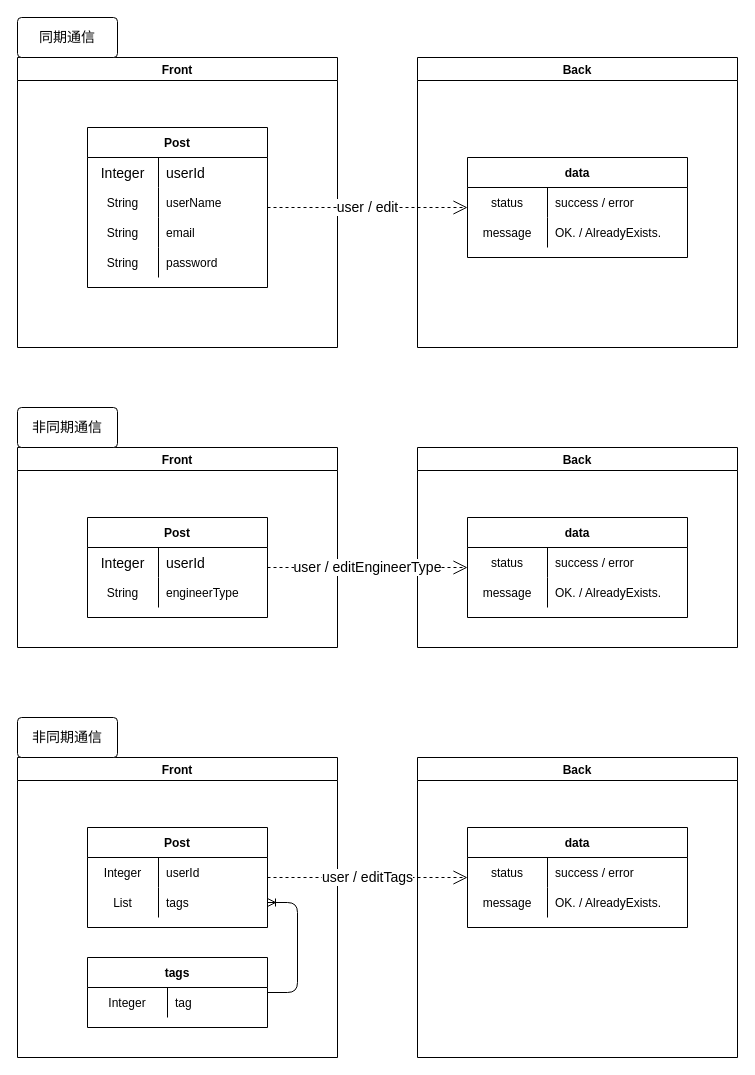
This is page "[更新]ユーザー情報" (12 of 14) of Designs/基本設計.drawio from yusuke-rakus/Qiish, a draw.io file, before an edit. Source tidied: cells renumbered, new cells numbered last; positions are measured from the earlier drawing's top-left corner, leaving out a move shared by most shapes. Both pictures are drawn from the tidied source at 100%, with x=0, y=0 at pixel (17, 17).
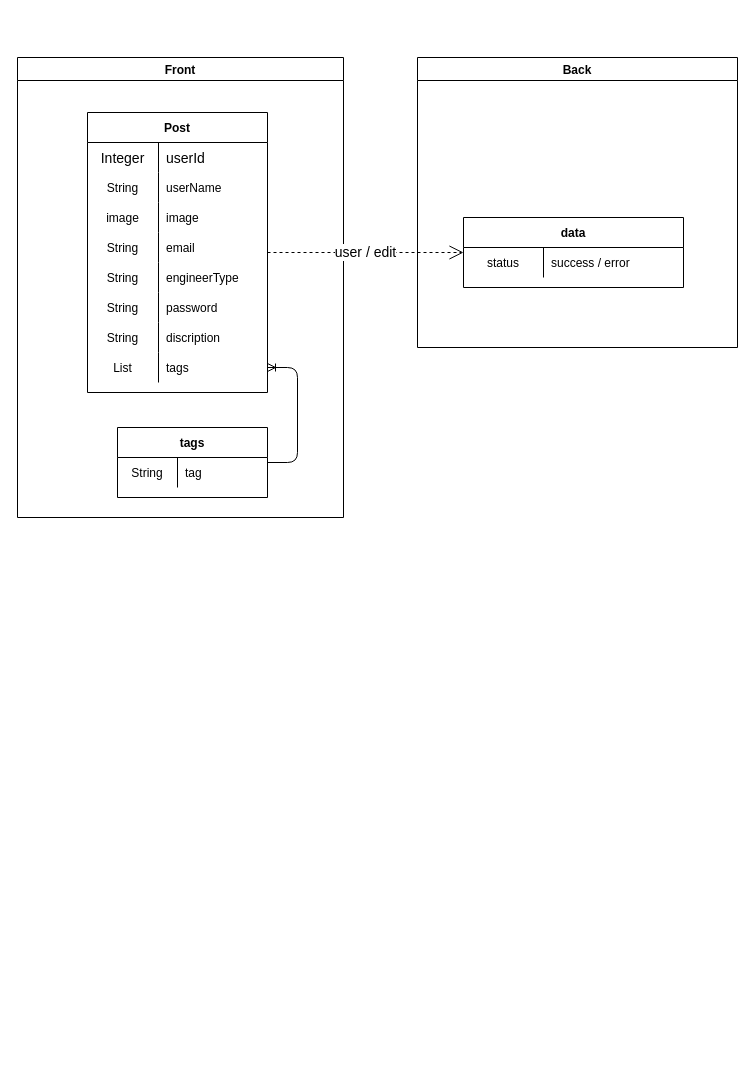
After the change.

Unchanged cells that the change refers to:
```xml
<mxCell id="16" value="Back" style="swimlane;" parent="1" vertex="1">
  <mxGeometry x="400" y="40" width="320" height="290" as="geometry" />
</mxCell>
```

What changed in the source:
```diff
@@
     <mxCell id="2" value="Front" style="swimlane;" parent="1" vertex="1">
-      <mxGeometry y="40" width="320" height="290" as="geometry" />
+      <mxGeometry y="40" width="326" height="460" as="geometry" />
     </mxCell>
     <mxCell id="3" value="Post" style="shape=table;startSize=30;childLayout=tableLayout;rowLines=0;fontStyle=1;align=center;" parent="2" vertex="1">
-      <mxGeometry x="70" y="70" width="180" height="160" as="geometry" />
+      <mxGeometry x="70" y="55" width="180" height="280" as="geometry" />
     </mxCell>
@@
+    <mxCell id="67" style="shape=partialRectangle;fillColor=none;top=0;left=0;bottom=0;right=0;" parent="3" vertex="1">
+      <mxGeometry y="90" width="180" height="30" as="geometry" />
+    </mxCell>
+    <mxCell id="68" value="image" style="shape=partialRectangle;fillColor=none;top=0;left=0;bottom=0;right=0;overflow=hidden;" parent="67" vertex="1">
+      <mxGeometry width="71" height="30" as="geometry" />
+    </mxCell>
+    <mxCell id="69" value="image" style="shape=partialRectangle;fillColor=none;top=0;left=0;bottom=0;right=0;align=left;spacingLeft=6;overflow=hidden;" parent="67" vertex="1">
+      <mxGeometry x="71" width="109" height="30" as="geometry" />
+    </mxCell>
     <mxCell id="10" style="shape=partialRectangle;fillColor=none;top=0;left=0;bottom=0;right=0;" parent="3" vertex="1">
-      <mxGeometry y="90" width="180" height="30" as="geometry" />
+      <mxGeometry y="120" width="180" height="30" as="geometry" />
     </mxCell>
@@
+    <mxCell id="70" style="shape=partialRectangle;fillColor=none;top=0;left=0;bottom=0;right=0;" parent="3" vertex="1">
+      <mxGeometry y="150" width="180" height="30" as="geometry" />
+    </mxCell>
+    <mxCell id="71" value="String" style="shape=partialRectangle;fillColor=none;top=0;left=0;bottom=0;right=0;overflow=hidden;" parent="70" vertex="1">
+      <mxGeometry width="71" height="30" as="geometry" />
+    </mxCell>
+    <mxCell id="32" value="engineerType" style="shape=partialRectangle;fillColor=none;top=0;left=0;bottom=0;right=0;align=left;spacingLeft=6;overflow=hidden;" parent="70" vertex="1">
+      <mxGeometry x="71" width="109" height="30" as="geometry" />
+    </mxCell>
     <mxCell id="13" style="shape=partialRectangle;fillColor=none;top=0;left=0;bottom=0;right=0;" parent="3" vertex="1">
-      <mxGeometry y="120" width="180" height="30" as="geometry" />
+      <mxGeometry y="180" width="180" height="30" as="geometry" />
     </mxCell>
@@
+    <mxCell id="72" style="shape=partialRectangle;fillColor=none;top=0;left=0;bottom=0;right=0;" parent="3" vertex="1">
+      <mxGeometry y="210" width="180" height="30" as="geometry" />
+    </mxCell>
+    <mxCell id="73" value="String" style="shape=partialRectangle;fillColor=none;top=0;left=0;bottom=0;right=0;overflow=hidden;" parent="72" vertex="1">
+      <mxGeometry width="71" height="30" as="geometry" />
+    </mxCell>
+    <mxCell id="74" value="discription" style="shape=partialRectangle;fillColor=none;top=0;left=0;bottom=0;right=0;align=left;spacingLeft=6;overflow=hidden;" parent="72" vertex="1">
+      <mxGeometry x="71" width="109" height="30" as="geometry" />
+    </mxCell>
+    <mxCell id="75" style="shape=partialRectangle;fillColor=none;top=0;left=0;bottom=0;right=0;points=[[0,0.5],[1,0.5]];portConstraint=eastwest;" parent="3" vertex="1">
+      <mxGeometry y="240" width="180" height="30" as="geometry" />
+    </mxCell>
+    <mxCell id="50" value="List" style="shape=partialRectangle;fillColor=none;top=0;left=0;bottom=0;right=0;overflow=hidden;" parent="75" vertex="1">
+      <mxGeometry width="71" height="30" as="geometry" />
+    </mxCell>
+    <mxCell id="51" value="tags" style="shape=partialRectangle;fillColor=none;top=0;left=0;bottom=0;right=0;align=left;spacingLeft=6;overflow=hidden;" parent="75" vertex="1">
+      <mxGeometry x="71" width="109" height="30" as="geometry" />
+    </mxCell>
@@
     <mxCell id="17" value="data" style="shape=table;startSize=30;childLayout=tableLayout;rowLines=0;fontStyle=1;align=center;" parent="16" vertex="1">
-      <mxGeometry x="50" y="100" width="220" height="100" as="geometry" />
+      <mxGeometry x="46" y="160" width="220" height="70" as="geometry" />
     </mxCell>
@@
-    <mxCell id="21" style="shape=partialRectangle;fillColor=none;top=0;left=0;bottom=0;right=0;" parent="17" vertex="1">
-      <mxGeometry y="60" width="220" height="30" as="geometry" />
-    </mxCell>
-    <mxCell id="22" value="message" style="shape=partialRectangle;fillColor=none;top=0;left=0;bottom=0;right=0;fontStyle=0;overflow=hidden;" parent="21" vertex="1">
-      <mxGeometry width="80" height="30" as="geometry" />
-    </mxCell>
-    <mxCell id="23" value="OK. / AlreadyExists." style="shape=partialRectangle;fillColor=none;top=0;left=0;bottom=0;right=0;align=left;spacingLeft=6;fontStyle=0;overflow=hidden;" parent="21" vertex="1">
-      <mxGeometry x="80" width="140" height="30" as="geometry" />
-    </mxCell>
@@
-    <mxCell id="25" value="Front" style="swimlane;" parent="1" vertex="1">
-      <mxGeometry y="430" width="320" height="200" as="geometry" />
-    </mxCell>
-    <mxCell id="26" value="Post" style="shape=table;startSize=30;childLayout=tableLayout;rowLines=0;fontStyle=1;align=center;" parent="25" vertex="1">
-      <mxGeometry x="70" y="70" width="180" height="100" as="geometry" />
-    </mxCell>
-    <mxCell id="27" style="shape=partialRectangle;fillColor=none;top=0;left=0;bottom=0;right=0;fontSize=14;" parent="26" vertex="1">
-      <mxGeometry y="30" width="180" height="30" as="geometry" />
-    </mxCell>
-    <mxCell id="28" value="Integer" style="shape=partialRectangle;fillColor=none;top=0;left=0;bottom=0;right=0;overflow=hidden;fontSize=14;" parent="27" vertex="1">
-      <mxGeometry width="71" height="30" as="geometry" />
-    </mxCell>
-    <mxCell id="29" value="userId" style="shape=partialRectangle;fillColor=none;top=0;left=0;bottom=0;right=0;align=left;spacingLeft=6;overflow=hidden;fontSize=14;" parent="27" vertex="1">
-      <mxGeometry x="71" width="109" height="30" as="geometry" />
-    </mxCell>
-    <mxCell id="30" style="shape=partialRectangle;fillColor=none;top=0;left=0;bottom=0;right=0;" parent="26" vertex="1">
-      <mxGeometry y="60" width="180" height="30" as="geometry" />
-    </mxCell>
-    <mxCell id="31" value="String" style="shape=partialRectangle;fillColor=none;top=0;left=0;bottom=0;right=0;overflow=hidden;" parent="30" vertex="1">
-      <mxGeometry width="71" height="30" as="geometry" />
-    </mxCell>
-    <mxCell id="32" value="engineerType" style="shape=partialRectangle;fillColor=none;top=0;left=0;bottom=0;right=0;align=left;spacingLeft=6;overflow=hidden;" parent="30" vertex="1">
-      <mxGeometry x="71" width="109" height="30" as="geometry" />
-    </mxCell>
-    <mxCell id="33" value="Back" style="swimlane;" parent="1" vertex="1">
-      <mxGeometry x="400" y="430" width="320" height="200" as="geometry" />
-    </mxCell>
-    <mxCell id="34" value="data" style="shape=table;startSize=30;childLayout=tableLayout;rowLines=0;fontStyle=1;align=center;" parent="33" vertex="1">
-      <mxGeometry x="50" y="70" width="220" height="100" as="geometry" />
-    </mxCell>
-    <mxCell id="35" style="shape=partialRectangle;fillColor=none;top=0;left=0;bottom=0;right=0;" parent="34" vertex="1">
-      <mxGeometry y="30" width="220" height="30" as="geometry" />
-    </mxCell>
-    <mxCell id="36" value="status" style="shape=partialRectangle;fillColor=none;top=0;left=0;bottom=0;right=0;overflow=hidden;" parent="35" vertex="1">
-      <mxGeometry width="80" height="30" as="geometry" />
-    </mxCell>
-    <mxCell id="37" value="success / error" style="shape=partialRectangle;fillColor=none;top=0;left=0;bottom=0;right=0;align=left;spacingLeft=6;overflow=hidden;" parent="35" vertex="1">
-      <mxGeometry x="80" width="140" height="30" as="geometry" />
-    </mxCell>
-    <mxCell id="38" style="shape=partialRectangle;fillColor=none;top=0;left=0;bottom=0;right=0;" parent="34" vertex="1">
-      <mxGeometry y="60" width="220" height="30" as="geometry" />
-    </mxCell>
-    <mxCell id="39" value="message" style="shape=partialRectangle;fillColor=none;top=0;left=0;bottom=0;right=0;fontStyle=0;overflow=hidden;" parent="38" vertex="1">
-      <mxGeometry width="80" height="30" as="geometry" />
-    </mxCell>
-    <mxCell id="40" value="OK. / AlreadyExists." style="shape=partialRectangle;fillColor=none;top=0;left=0;bottom=0;right=0;align=left;spacingLeft=6;fontStyle=0;overflow=hidden;" parent="38" vertex="1">
-      <mxGeometry x="80" width="140" height="30" as="geometry" />
-    </mxCell>
-    <mxCell id="41" value="&lt;font style=&quot;font-size: 14px&quot;&gt;user / editEngineerType&lt;/font&gt;" style="endArrow=open;endSize=12;dashed=1;html=1;" parent="1" edge="1" source="26" target="34">
-      <mxGeometry relative="1" as="geometry" />
-    </mxCell>
-    <mxCell id="42" value="非同期通信" style="rounded=1;arcSize=10;whiteSpace=wrap;html=1;align=center;fontSize=14;" parent="1" vertex="1">
-      <mxGeometry y="390" width="100" height="40" as="geometry" />
-    </mxCell>
-    <mxCell id="43" value="同期通信" style="rounded=1;arcSize=10;whiteSpace=wrap;html=1;align=center;fontSize=14;" parent="1" vertex="1">
-      <mxGeometry width="100" height="40" as="geometry" />
-    </mxCell>
-    <mxCell id="44" value="Front" style="swimlane;" parent="1" vertex="1">
-      <mxGeometry y="740" width="320" height="300" as="geometry" />
-    </mxCell>
-    <mxCell id="45" value="Post" style="shape=table;startSize=30;childLayout=tableLayout;rowLines=0;fontStyle=1;align=center;" parent="44" vertex="1">
-      <mxGeometry x="70" y="70" width="180" height="100" as="geometry" />
-    </mxCell>
-    <mxCell id="46" style="shape=partialRectangle;fillColor=none;top=0;left=0;bottom=0;right=0;" parent="45" vertex="1">
-      <mxGeometry y="30" width="180" height="30" as="geometry" />
-    </mxCell>
-    <mxCell id="47" value="Integer" style="shape=partialRectangle;fillColor=none;top=0;left=0;bottom=0;right=0;overflow=hidden;" parent="46" vertex="1">
-      <mxGeometry width="71" height="30" as="geometry" />
-    </mxCell>
-    <mxCell id="48" value="userId" style="shape=partialRectangle;fillColor=none;top=0;left=0;bottom=0;right=0;align=left;spacingLeft=6;overflow=hidden;" parent="46" vertex="1">
-      <mxGeometry x="71" width="109" height="30" as="geometry" />
-    </mxCell>
-    <mxCell id="49" style="shape=partialRectangle;fillColor=none;top=0;left=0;bottom=0;right=0;points=[[0,0.5],[1,0.5]];portConstraint=eastwest;" parent="45" vertex="1">
-      <mxGeometry y="60" width="180" height="30" as="geometry" />
-    </mxCell>
-    <mxCell id="50" value="List" style="shape=partialRectangle;fillColor=none;top=0;left=0;bottom=0;right=0;overflow=hidden;" parent="49" vertex="1">
-      <mxGeometry width="71" height="30" as="geometry" />
-    </mxCell>
-    <mxCell id="51" value="tags" style="shape=partialRectangle;fillColor=none;top=0;left=0;bottom=0;right=0;align=left;spacingLeft=6;overflow=hidden;" parent="49" vertex="1">
-      <mxGeometry x="71" width="109" height="30" as="geometry" />
-    </mxCell>
-    <mxCell id="52" value="tags" style="shape=table;startSize=30;childLayout=tableLayout;rowLines=0;fontStyle=1;align=center;" parent="44" vertex="1">
-      <mxGeometry x="70" y="200" width="180" height="70" as="geometry" />
+    <mxCell id="52" value="tags" style="shape=table;startSize=30;childLayout=tableLayout;rowLines=0;fontStyle=1;align=center;" parent="1" vertex="1">
+      <mxGeometry x="100" y="410" width="150" height="70" as="geometry" />
     </mxCell>
-    <mxCell id="53" style="shape=partialRectangle;fillColor=none;top=0;left=0;bottom=0;right=0;" parent="52" vertex="1">
-      <mxGeometry y="30" width="180" height="30" as="geometry" />
-    </mxCell>
-    <mxCell id="54" value="Integer" style="shape=partialRectangle;fillColor=none;top=0;left=0;bottom=0;right=0;overflow=hidden;" parent="53" vertex="1">
-      <mxGeometry width="80" height="30" as="geometry" />
-    </mxCell>
+    <mxCell id="76" style="shape=partialRectangle;fillColor=none;top=0;left=0;bottom=0;right=0;" parent="52" vertex="1">
+      <mxGeometry y="30" width="150" height="30" as="geometry" />
+    </mxCell>
+    <mxCell id="77" value="String" style="shape=partialRectangle;fillColor=none;top=0;left=0;bottom=0;right=0;overflow=hidden;" parent="76" vertex="1">
+      <mxGeometry width="60" height="30" as="geometry" />
+    </mxCell>
-    <mxCell id="55" value="tag" style="shape=partialRectangle;fillColor=none;top=0;left=0;bottom=0;right=0;align=left;spacingLeft=6;overflow=hidden;" parent="53" vertex="1">
-      <mxGeometry x="80" width="100" height="30" as="geometry" />
+    <mxCell id="55" value="tag" style="shape=partialRectangle;fillColor=none;top=0;left=0;bottom=0;right=0;align=left;spacingLeft=6;overflow=hidden;" parent="76" vertex="1">
+      <mxGeometry x="60" width="90" height="30" as="geometry" />
     </mxCell>
-    <mxCell id="56" style="edgeStyle=entityRelationEdgeStyle;fontSize=12;html=1;endArrow=ERoneToMany;" parent="44" edge="1" source="52" target="49">
-      <mxGeometry relative="1" as="geometry" />
-    </mxCell>
-    <mxCell id="57" value="Back" style="swimlane;" parent="1" vertex="1">
-      <mxGeometry x="400" y="740" width="320" height="300" as="geometry" />
-    </mxCell>
-    <mxCell id="58" value="data" style="shape=table;startSize=30;childLayout=tableLayout;rowLines=0;fontStyle=1;align=center;" parent="57" vertex="1">
-      <mxGeometry x="50" y="70" width="220" height="100" as="geometry" />
-    </mxCell>
-    <mxCell id="59" style="shape=partialRectangle;fillColor=none;top=0;left=0;bottom=0;right=0;" parent="58" vertex="1">
-      <mxGeometry y="30" width="220" height="30" as="geometry" />
-    </mxCell>
-    <mxCell id="60" value="status" style="shape=partialRectangle;fillColor=none;top=0;left=0;bottom=0;right=0;overflow=hidden;" parent="59" vertex="1">
-      <mxGeometry width="80" height="30" as="geometry" />
-    </mxCell>
-    <mxCell id="61" value="success / error" style="shape=partialRectangle;fillColor=none;top=0;left=0;bottom=0;right=0;align=left;spacingLeft=6;overflow=hidden;" parent="59" vertex="1">
-      <mxGeometry x="80" width="140" height="30" as="geometry" />
-    </mxCell>
-    <mxCell id="62" style="shape=partialRectangle;fillColor=none;top=0;left=0;bottom=0;right=0;" parent="58" vertex="1">
-      <mxGeometry y="60" width="220" height="30" as="geometry" />
-    </mxCell>
-    <mxCell id="63" value="message" style="shape=partialRectangle;fillColor=none;top=0;left=0;bottom=0;right=0;fontStyle=0;overflow=hidden;" parent="62" vertex="1">
-      <mxGeometry width="80" height="30" as="geometry" />
-    </mxCell>
-    <mxCell id="64" value="OK. / AlreadyExists." style="shape=partialRectangle;fillColor=none;top=0;left=0;bottom=0;right=0;align=left;spacingLeft=6;fontStyle=0;overflow=hidden;" parent="62" vertex="1">
-      <mxGeometry x="80" width="140" height="30" as="geometry" />
-    </mxCell>
-    <mxCell id="65" value="&lt;font style=&quot;font-size: 14px&quot;&gt;user / editTags&lt;/font&gt;" style="endArrow=open;endSize=12;dashed=1;html=1;" parent="1" edge="1" source="45" target="58">
-      <mxGeometry relative="1" as="geometry" />
-    </mxCell>
-    <mxCell id="66" value="非同期通信" style="rounded=1;arcSize=10;whiteSpace=wrap;html=1;align=center;fontSize=14;" parent="1" vertex="1">
-      <mxGeometry y="700" width="100" height="40" as="geometry" />
-    </mxCell>
+    <mxCell id="78" style="edgeStyle=entityRelationEdgeStyle;fontSize=12;html=1;endArrow=ERoneToMany;" parent="1" edge="1" source="52" target="75">
+      <mxGeometry relative="1" as="geometry" />
+    </mxCell>
```
